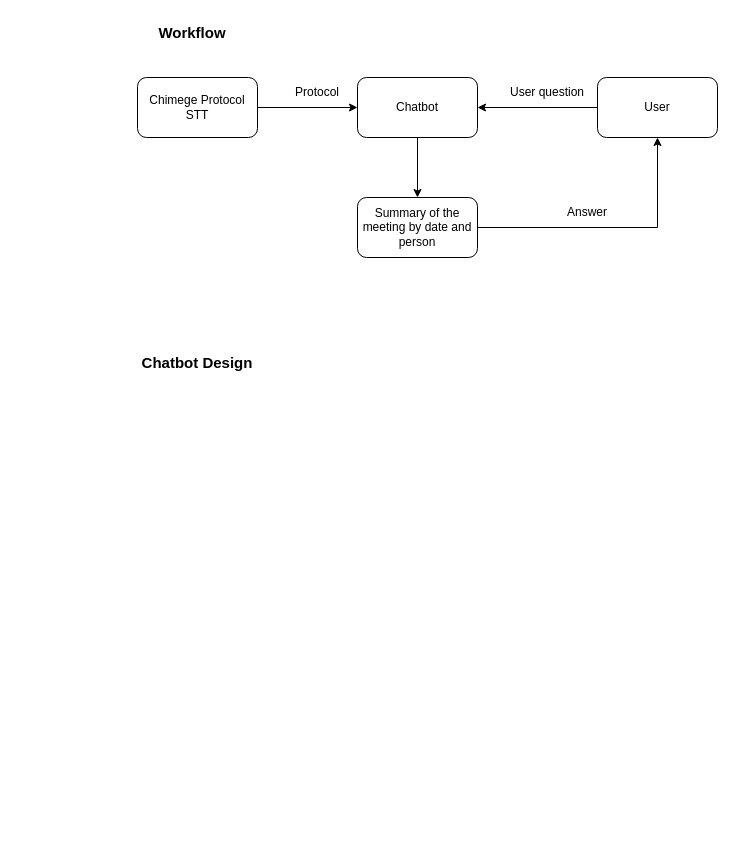
Before: chimege-protocol-chatbot.drawio in orchlonn/design-doc, a draw.io diagram. Source tidied: cells renumbered, new cells numbered last; positions are measured from the earlier drawing's top-left corner, leaving out a move shared by most shapes. Both pictures are drawn from the tidied source at 100%, with x=0, y=0 at pixel (137, 17).
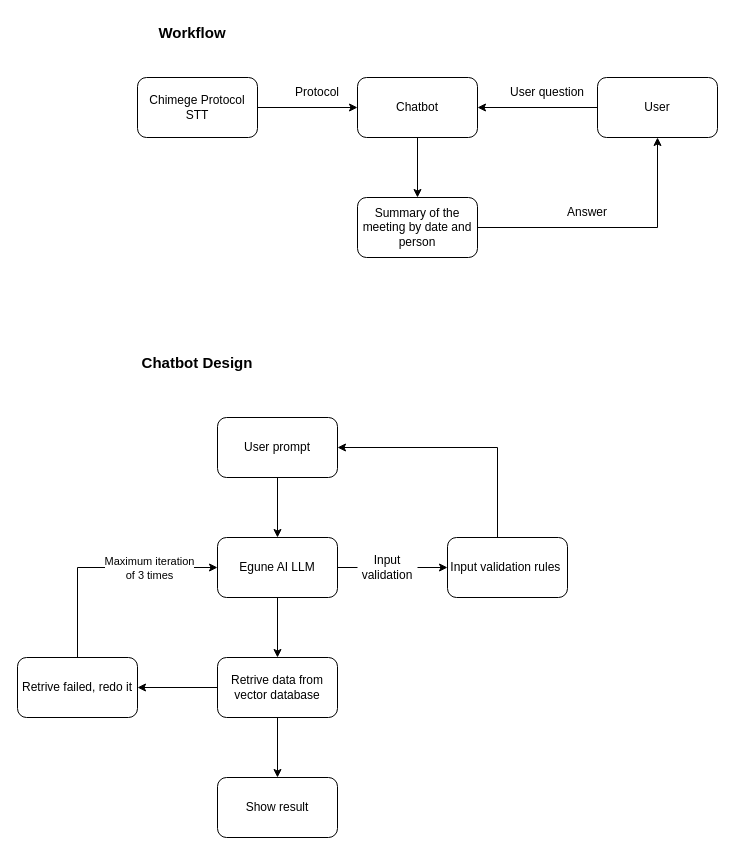
The same diagram, later.

Diff of the diagram source:
```diff
@@
+    <mxCell id="15" style="edgeStyle=orthogonalEdgeStyle;rounded=0;jettySize=auto;html=1;" parent="1" edge="1" source="16" target="21">
+      <mxGeometry relative="1" as="geometry" />
+    </mxCell>
+    <mxCell id="16" value="User prompt" style="rounded=1;whiteSpace=wrap;html=1;" parent="1" vertex="1">
+      <mxGeometry x="80" y="400" width="120" height="60" as="geometry" />
+    </mxCell>
+    <mxCell id="17" style="edgeStyle=orthogonalEdgeStyle;rounded=0;jettySize=auto;html=1;entryX=1;entryY=0.5;entryDx=0;entryDy=0;" parent="1" edge="1" source="18" target="16">
+      <mxGeometry relative="1" as="geometry">
+        <Array as="points">
+          <mxPoint x="360" y="430" />
+        </Array>
+      </mxGeometry>
+    </mxCell>
+    <mxCell id="18" value="Input validation rules&amp;nbsp;" style="rounded=1;whiteSpace=wrap;html=1;" parent="1" vertex="1">
+      <mxGeometry x="310" y="520" width="120" height="60" as="geometry" />
+    </mxCell>
+    <mxCell id="19" style="edgeStyle=orthogonalEdgeStyle;rounded=0;jettySize=auto;html=1;" parent="1" edge="1" source="21" target="18">
+      <mxGeometry relative="1" as="geometry" />
+    </mxCell>
+    <mxCell id="20" style="edgeStyle=orthogonalEdgeStyle;rounded=0;jettySize=auto;html=1;" parent="1" edge="1" source="21" target="24">
+      <mxGeometry relative="1" as="geometry" />
+    </mxCell>
+    <mxCell id="21" value="Egune AI LLM" style="rounded=1;whiteSpace=wrap;html=1;" parent="1" vertex="1">
+      <mxGeometry x="80" y="520" width="120" height="60" as="geometry" />
+    </mxCell>
+    <mxCell id="22" style="edgeStyle=orthogonalEdgeStyle;rounded=0;jettySize=auto;html=1;" parent="1" edge="1" source="24" target="27">
+      <mxGeometry relative="1" as="geometry" />
+    </mxCell>
+    <mxCell id="23" style="edgeStyle=orthogonalEdgeStyle;rounded=0;jettySize=auto;html=1;" parent="1" edge="1" source="24" target="28">
+      <mxGeometry relative="1" as="geometry" />
+    </mxCell>
+    <mxCell id="24" value="Retrive data from vector database" style="rounded=1;whiteSpace=wrap;html=1;" parent="1" vertex="1">
+      <mxGeometry x="80" y="640" width="120" height="60" as="geometry" />
+    </mxCell>
+    <mxCell id="25" style="edgeStyle=orthogonalEdgeStyle;rounded=0;jettySize=auto;html=1;entryX=0;entryY=0.5;entryDx=0;entryDy=0;" parent="1" edge="1" source="27" target="21">
+      <mxGeometry relative="1" as="geometry">
+        <Array as="points">
+          <mxPoint x="-60" y="550" />
+        </Array>
+      </mxGeometry>
+    </mxCell>
+    <mxCell id="26" value="Maximum iteration&lt;div&gt;of 3 times&lt;/div&gt;" style="edgeLabel;html=1;align=center;verticalAlign=middle;" parent="25" vertex="1">
+      <mxGeometry x="-0.02" y="2" relative="1" as="geometry">
+        <mxPoint x="48" y="2" as="offset" />
+      </mxGeometry>
+    </mxCell>
+    <mxCell id="27" value="Retrive failed, redo it" style="rounded=1;whiteSpace=wrap;html=1;" parent="1" vertex="1">
+      <mxGeometry x="-120" y="640" width="120" height="60" as="geometry" />
+    </mxCell>
+    <mxCell id="28" value="Show result" style="rounded=1;whiteSpace=wrap;html=1;" parent="1" vertex="1">
+      <mxGeometry x="80" y="760" width="120" height="60" as="geometry" />
+    </mxCell>
+    <mxCell id="29" value="Input validation" style="text;html=1;whiteSpace=wrap;strokeColor=none;fillColor=default;align=center;verticalAlign=middle;rounded=0;" parent="1" vertex="1">
+      <mxGeometry x="220" y="535" width="60" height="30" as="geometry" />
+    </mxCell>
```
